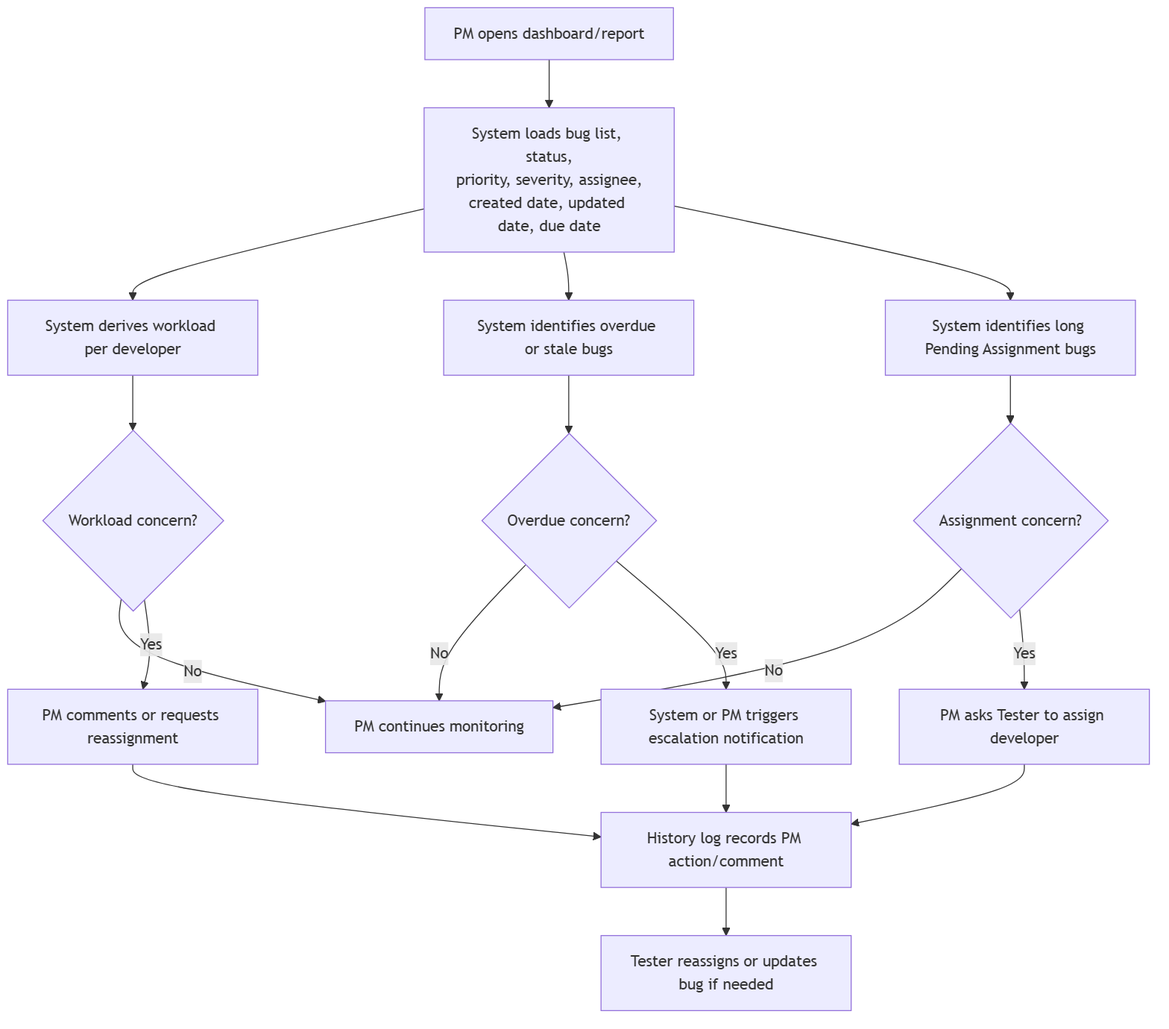
Above: docs/diagrams/rendered/png/12-pm-monitoring.png in DarwinDO/IDTS-SAP01 (Mermaid), before the change. Its source is kept beside it as docs/diagrams/rendered/source/12-pm-monitoring.mmd.
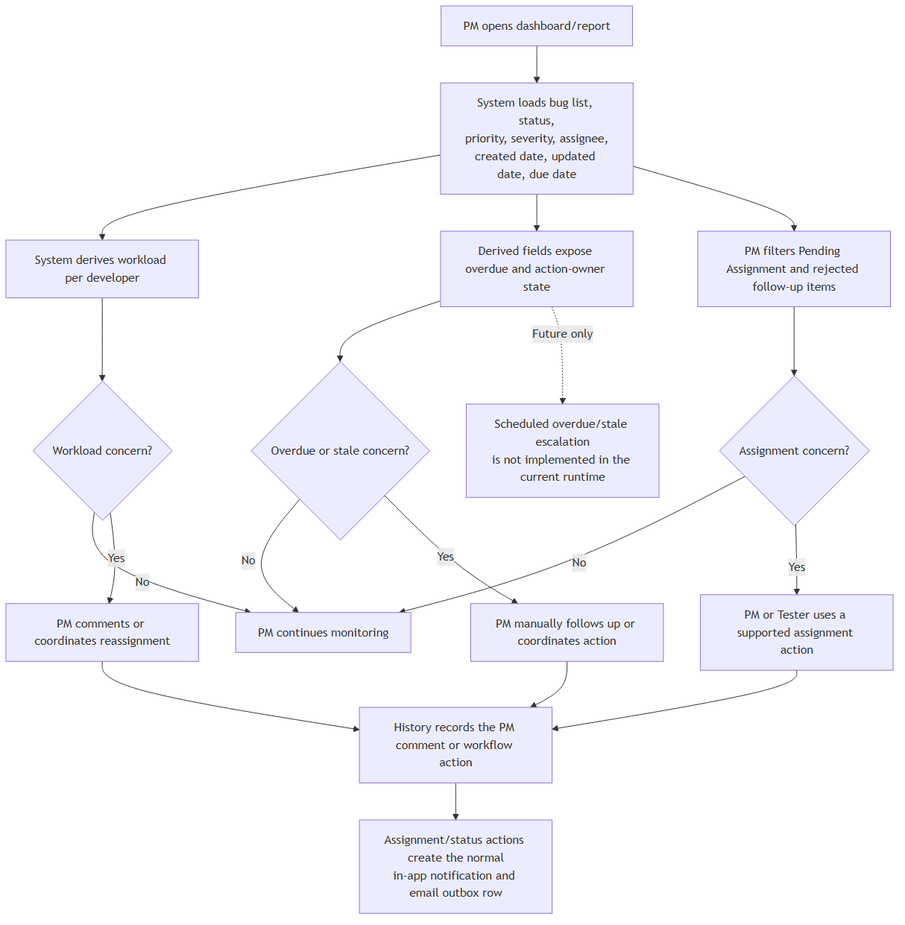
Above is the later version.

Change to the diagram source:
```diff
@@ -1,22 +1,23 @@
 flowchart TD
     A["PM opens dashboard/report"] --> B["System loads bug list, status,\npriority, severity, assignee,\ncreated date, updated date, due date"]
     B --> C["System derives workload per developer"]
-    B --> D["System identifies overdue or stale bugs"]
-    B --> E["System identifies long Pending Assignment bugs"]
+    B --> D["Derived fields expose overdue and action-owner state"]
+    B --> E["PM filters Pending Assignment and rejected follow-up items"]
 
     C --> F{"Workload concern?"}
-    D --> G{"Overdue concern?"}
+    D --> G{"Overdue or stale concern?"}
     E --> H{"Assignment concern?"}
 
     F -->|"No"| I["PM continues monitoring"]
     G -->|"No"| I
     H -->|"No"| I
 
-    F -->|"Yes"| J["PM comments or requests reassignment"]
-    G -->|"Yes"| K["System or PM triggers escalation notification"]
-    H -->|"Yes"| L["PM asks Tester to assign developer"]
+    F -->|"Yes"| J["PM comments or coordinates reassignment"]
+    G -->|"Yes"| K["PM manually follows up or coordinates action"]
+    H -->|"Yes"| L["PM or Tester uses a supported assignment action"]
 
-    J --> M["History log records PM action/comment"]
+    J --> M["History records the PM comment or workflow action"]
     K --> M
     L --> M
-    M --> N["Tester reassigns or updates bug if needed"]
+    M --> N["Assignment/status actions create the normal\nin-app notification and email outbox row"]
+    D -. "Future only" .-> O["Scheduled overdue/stale escalation\nis not implemented in the current runtime"]
```
